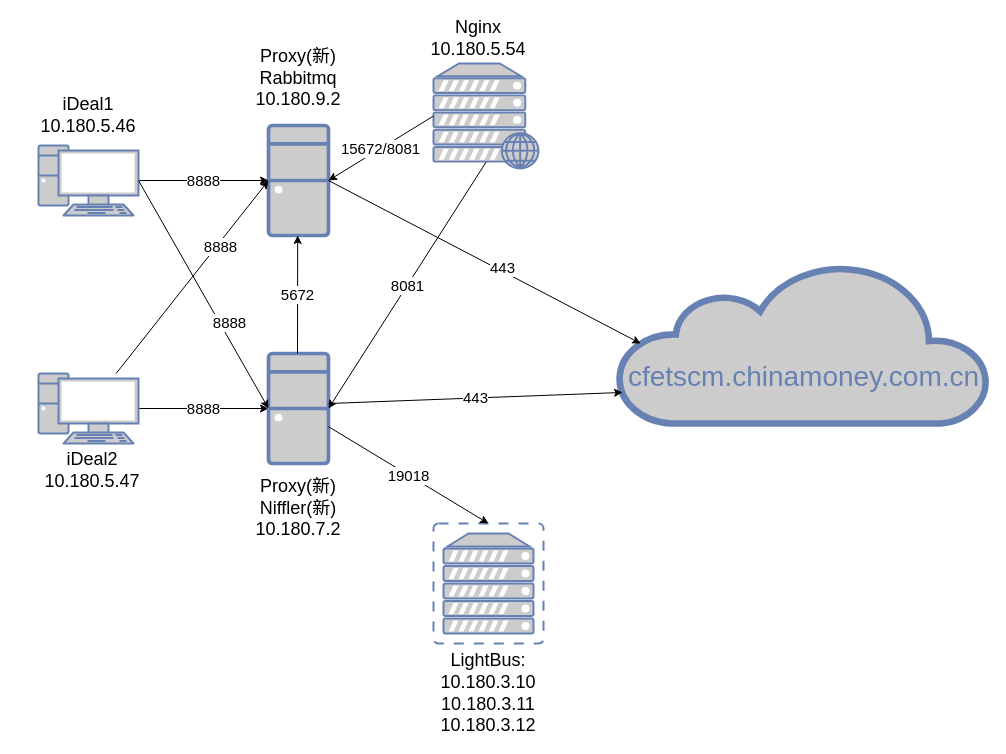
Above: cotopus.drawio in farrellcn/draw.io (draw.io), before the change. Source tidied: cells renumbered, new cells numbered last; positions are measured from the earlier drawing's top-left corner, leaving out a move shared by most shapes. Both pictures are drawn from the tidied source at 100%, with x=0, y=0 at pixel (38, 23).
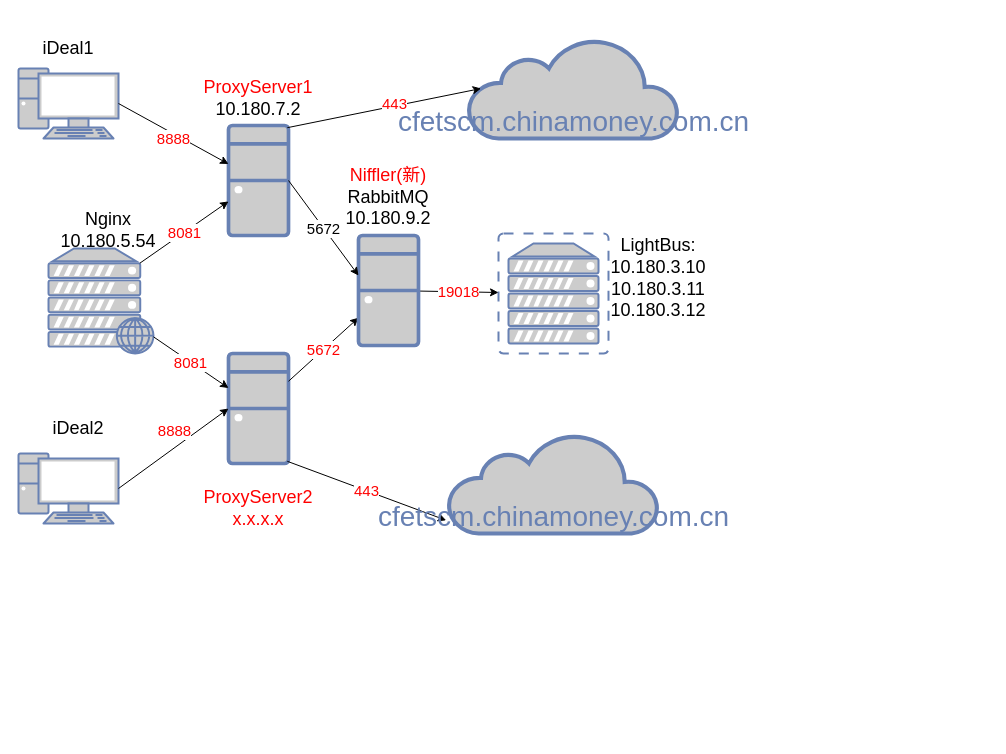
The same diagram, later.

The edit, as a diff of the source:
```diff
@@
     <mxCell id="2" value="&lt;br&gt;&lt;br&gt;cfetscm.chinamoney.com.cn" style="html=1;fillColor=#CCCCCC;strokeColor=#6881B3;gradientColor=none;gradientDirection=north;strokeWidth=2;shape=mxgraph.networks.cloud;fontColor=#6881B3;rounded=0;shadow=0;comic=0;align=center;fontSize=28;" parent="1" vertex="1">
-      <mxGeometry x="580" y="240" width="370" height="160" as="geometry" />
+      <mxGeometry x="430" y="15" width="210" height="100" as="geometry" />
     </mxCell>
     <mxCell id="3" style="fontColor=#0066CC;verticalAlign=top;verticalLabelPosition=bottom;labelPosition=center;align=center;html=1;outlineConnect=0;fillColor=#CCCCCC;strokeColor=#6881B3;gradientColor=none;gradientDirection=north;strokeWidth=2;shape=mxgraph.networks.desktop_pc;" parent="1" vertex="1">
-      <mxGeometry x="230" y="102" width="60" height="110" as="geometry" />
+      <mxGeometry x="190" y="102" width="60" height="110" as="geometry" />
     </mxCell>
-    <mxCell id="4" value="&lt;font style=&quot;font-size: 15px;&quot;&gt;8888&lt;/font&gt;" style="edgeStyle=orthogonalEdgeStyle;rounded=0;jettySize=auto;html=1;entryX=0;entryY=0.5;entryDx=0;entryDy=0;entryPerimeter=0;" parent="1" edge="1" source="5" target="3">
-      <mxGeometry relative="1" as="geometry" />
-    </mxCell>
     <mxCell id="5" style="fontColor=#0066CC;verticalAlign=top;verticalLabelPosition=bottom;labelPosition=center;align=center;html=1;outlineConnect=0;fillColor=#CCCCCC;strokeColor=#6881B3;gradientColor=none;gradientDirection=north;strokeWidth=2;shape=mxgraph.networks.pc;" parent="1" vertex="1">
-      <mxGeometry y="122" width="100" height="70" as="geometry" />
+      <mxGeometry x="-20" y="45" width="100" height="70" as="geometry" />
     </mxCell>
-    <mxCell id="6" value="&lt;font style=&quot;font-size: 15px;&quot;&gt;8888&lt;/font&gt;" style="edgeStyle=orthogonalEdgeStyle;rounded=0;jettySize=auto;html=1;exitX=1;exitY=0.5;exitDx=0;exitDy=0;exitPerimeter=0;" parent="1" edge="1" source="7" target="9">
-      <mxGeometry relative="1" as="geometry" />
-    </mxCell>
     <mxCell id="7" style="fontColor=#0066CC;verticalAlign=top;verticalLabelPosition=bottom;labelPosition=center;align=center;html=1;outlineConnect=0;fillColor=#CCCCCC;strokeColor=#6881B3;gradientColor=none;gradientDirection=north;strokeWidth=2;shape=mxgraph.networks.pc;" parent="1" vertex="1">
-      <mxGeometry y="350" width="100" height="70" as="geometry" />
+      <mxGeometry x="-20" y="430" width="100" height="70" as="geometry" />
     </mxCell>
     <mxCell id="8" style="fontColor=#0066CC;verticalAlign=top;verticalLabelPosition=bottom;labelPosition=center;align=center;html=1;outlineConnect=0;fillColor=#CCCCCC;strokeColor=#6881B3;gradientColor=none;gradientDirection=north;strokeWidth=2;shape=mxgraph.networks.virtual_server;" parent="1" vertex="1">
-      <mxGeometry x="395" y="500" width="110" height="120" as="geometry" />
+      <mxGeometry x="460" y="210" width="110" height="120" as="geometry" />
     </mxCell>
     <mxCell id="9" style="fontColor=#0066CC;verticalAlign=top;verticalLabelPosition=bottom;labelPosition=center;align=center;html=1;outlineConnect=0;fillColor=#CCCCCC;strokeColor=#6881B3;gradientColor=none;gradientDirection=north;strokeWidth=2;shape=mxgraph.networks.desktop_pc;" parent="1" vertex="1">
-      <mxGeometry x="230" y="330" width="60" height="110" as="geometry" />
+      <mxGeometry x="190" y="330" width="60" height="110" as="geometry" />
     </mxCell>
-    <mxCell id="10" value="&lt;font style=&quot;font-size: 18px;&quot;&gt;iDeal1&lt;br&gt;10.180.5.46&lt;br&gt;&lt;/font&gt;" style="text;strokeColor=none;align=center;fillColor=none;html=1;verticalAlign=middle;whiteSpace=wrap;rounded=0;" parent="1" vertex="1">
-      <mxGeometry x="20" y="77" width="60" height="30" as="geometry" />
+    <mxCell id="10" value="&lt;font style=&quot;font-size: 18px;&quot;&gt;iDeal1&lt;br&gt;&lt;/font&gt;" style="text;strokeColor=none;align=center;fillColor=none;html=1;verticalAlign=middle;whiteSpace=wrap;rounded=0;" parent="1" vertex="1">
+      <mxGeometry y="10" width="60" height="30" as="geometry" />
     </mxCell>
-    <mxCell id="11" value="&lt;font style=&quot;font-size: 18px;&quot;&gt;iDeal2&lt;br&gt;10.180.5.47&lt;br&gt;&lt;/font&gt;" style="text;strokeColor=none;align=center;fillColor=none;html=1;verticalAlign=middle;whiteSpace=wrap;rounded=0;" parent="1" vertex="1">
-      <mxGeometry x="24" y="432" width="60" height="30" as="geometry" />
+    <mxCell id="11" value="&lt;font style=&quot;font-size: 18px;&quot;&gt;iDeal2&lt;br&gt;&lt;/font&gt;" style="text;strokeColor=none;align=center;fillColor=none;html=1;verticalAlign=middle;whiteSpace=wrap;rounded=0;" parent="1" vertex="1">
+      <mxGeometry x="10" y="390" width="60" height="30" as="geometry" />
     </mxCell>
-    <mxCell id="12" style="endArrow=classic;html=1;rounded=0;entryX=0;entryY=0.5;entryDx=0;entryDy=0;entryPerimeter=0;" parent="1" edge="1" target="9">
-      <mxGeometry relative="1" as="geometry">
-        <mxPoint x="100" y="157" as="sourcePoint" />
-      </mxGeometry>
-    </mxCell>
-    <mxCell id="13" value="&lt;font style=&quot;font-size: 15px;&quot;&gt;8888&lt;/font&gt;" style="edgeLabel;html=1;align=center;verticalAlign=middle;" parent="12" vertex="1">
-      <mxGeometry x="0.2" y="4" relative="1" as="geometry">
-        <mxPoint x="9" y="7" as="offset" />
-      </mxGeometry>
-    </mxCell>
-    <mxCell id="14" value="8888" style="endArrow=classic;html=1;rounded=0;entryX=0;entryY=0.5;entryDx=0;entryDy=0;entryPerimeter=0;fontSize=15;" parent="1" edge="1" source="7" target="3">
-      <mxGeometry x="0.34" y="-3" relative="1" as="geometry">
-        <mxPoint y="1" as="offset" />
-      </mxGeometry>
-    </mxCell>
-    <mxCell id="15" value="&lt;font style=&quot;font-size: 18px;&quot;&gt;Proxy(新)&lt;br&gt;Rabbitmq&lt;br&gt;10.180.9.2&lt;/font&gt;" style="text;strokeColor=none;align=center;fillColor=none;html=1;verticalAlign=middle;whiteSpace=wrap;rounded=0;" parent="1" vertex="1">
-      <mxGeometry x="230" y="40" width="60" height="30" as="geometry" />
-    </mxCell>
-    <mxCell id="16" value="&lt;font style=&quot;font-size: 18px;&quot;&gt;Proxy(新)&lt;br&gt;Niffler(新)&lt;br&gt;10.180.7.2&lt;/font&gt;" style="text;strokeColor=none;align=center;fillColor=none;html=1;verticalAlign=middle;whiteSpace=wrap;rounded=0;" parent="1" vertex="1">
-      <mxGeometry x="230" y="470" width="60" height="30" as="geometry" />
+    <mxCell id="16" value="&lt;font style=&quot;font-size: 18px;&quot;&gt;ProxyServer2&lt;br&gt;x.x.x.x&lt;br&gt;&lt;/font&gt;" style="text;strokeColor=none;align=center;fillColor=none;html=1;verticalAlign=middle;whiteSpace=wrap;rounded=0;fontColor=#FF0000;labelBackgroundColor=default;" parent="1" vertex="1">
+      <mxGeometry x="190" y="470" width="60" height="30" as="geometry" />
     </mxCell>
-    <mxCell id="17" value="&lt;font style=&quot;font-size: 15px;&quot;&gt;443&lt;/font&gt;" style="endArrow=classic;html=1;rounded=0;exitX=1;exitY=0.5;exitDx=0;exitDy=0;exitPerimeter=0;entryX=0.06;entryY=0.5;entryDx=0;entryDy=0;entryPerimeter=0;fontSize=15;" parent="1" edge="1" source="3" target="2">
+    <mxCell id="17" value="&lt;font style=&quot;font-size: 15px;&quot;&gt;443&lt;/font&gt;" style="endArrow=classic;html=1;rounded=0;exitX=0.98;exitY=0.02;exitDx=0;exitDy=0;exitPerimeter=0;entryX=0.06;entryY=0.5;entryDx=0;entryDy=0;entryPerimeter=0;fontSize=15;fontColor=#FF0000;" parent="1" edge="1" source="3" target="2">
       <mxGeometry x="0.1" y="3" relative="1" as="geometry">
         <mxPoint x="1" as="offset" />
       </mxGeometry>
     </mxCell>
-    <mxCell id="18" value="443" style="endArrow=classic;html=1;rounded=0;entryX=0.011;entryY=0.806;entryDx=0;entryDy=0;entryPerimeter=0;fontSize=15;" parent="1" edge="1" target="2">
-      <mxGeometry relative="1" as="geometry">
-        <mxPoint x="290" y="380" as="sourcePoint" />
-      </mxGeometry>
+    <mxCell id="18" value="443" style="endArrow=classic;html=1;rounded=0;entryX=-0.011;entryY=0.868;entryDx=0;entryDy=0;entryPerimeter=0;fontSize=15;exitX=0.98;exitY=0.98;exitDx=0;exitDy=0;exitPerimeter=0;fontColor=#FF0000;" parent="1" edge="1" source="9" target="30">
+      <mxGeometry relative="1" as="geometry" />
     </mxCell>
     <mxCell id="19" style="fontColor=#0066CC;verticalAlign=top;verticalLabelPosition=bottom;labelPosition=center;align=center;html=1;outlineConnect=0;fillColor=#CCCCCC;strokeColor=#6881B3;gradientColor=none;gradientDirection=north;strokeWidth=2;shape=mxgraph.networks.web_server;" parent="1" vertex="1">
-      <mxGeometry x="395" y="40" width="105" height="105" as="geometry" />
+      <mxGeometry x="10" y="225" width="105" height="105" as="geometry" />
     </mxCell>
     <mxCell id="20" value="&lt;font style=&quot;font-size: 18px;&quot;&gt;LightBus:&lt;br&gt;10.180.3.10&lt;br&gt;10.180.3.11&lt;br&gt;10.180.3.12&lt;br&gt;&lt;/font&gt;" style="text;strokeColor=none;align=center;fillColor=none;html=1;verticalAlign=middle;whiteSpace=wrap;rounded=0;" parent="1" vertex="1">
-      <mxGeometry x="420" y="655" width="60" height="30" as="geometry" />
+      <mxGeometry x="590" y="240" width="60" height="30" as="geometry" />
     </mxCell>
-    <mxCell id="21" value="&lt;font style=&quot;font-size: 15px;&quot;&gt;15672/8081&lt;/font&gt;" style="endArrow=classic;html=1;rounded=0;entryX=1;entryY=0.5;entryDx=0;entryDy=0;entryPerimeter=0;exitX=0;exitY=0.5;exitDx=0;exitDy=0;exitPerimeter=0;" parent="1" edge="1" source="19" target="3">
+    <mxCell id="21" value="&lt;font style=&quot;font-size: 15px;&quot;&gt;8081&lt;/font&gt;" style="endArrow=classic;html=1;rounded=0;exitX=0.87;exitY=0.14;exitDx=0;exitDy=0;exitPerimeter=0;fontColor=#FF0000;" parent="1" edge="1" source="19" target="3">
       <mxGeometry relative="1" as="geometry" />
     </mxCell>
     <mxCell id="22" value="&lt;font style=&quot;font-size: 18px;&quot;&gt;Nginx&lt;br&gt;10.180.5.54&lt;br&gt;&lt;/font&gt;" style="text;strokeColor=none;align=center;fillColor=none;html=1;verticalAlign=middle;whiteSpace=wrap;rounded=0;" parent="1" vertex="1">
-      <mxGeometry x="410" width="60" height="30" as="geometry" />
+      <mxGeometry x="40" y="192" width="60" height="30" as="geometry" />
     </mxCell>
-    <mxCell id="23" value="&lt;font style=&quot;font-size: 15px;&quot;&gt;8081&lt;/font&gt;" style="endArrow=classic;html=1;rounded=0;entryX=1;entryY=0.5;entryDx=0;entryDy=0;entryPerimeter=0;exitX=0.5;exitY=0.94;exitDx=0;exitDy=0;exitPerimeter=0;" parent="1" edge="1" source="19" target="9">
-      <mxGeometry relative="1" as="geometry" />
-    </mxCell>
-    <mxCell id="24" value="19018" style="endArrow=classic;html=1;rounded=0;entryX=0.5;entryY=0;entryDx=0;entryDy=0;entryPerimeter=0;fontSize=15;" parent="1" edge="1" source="9" target="8">
+    <mxCell id="24" value="19018" style="endArrow=classic;html=1;rounded=0;fontSize=15;fontColor=#FF0000;" parent="1" edge="1" source="26" target="8">
       <mxGeometry relative="1" as="geometry" />
     </mxCell>
-    <mxCell id="25" value="&lt;font style=&quot;font-size: 15px;&quot;&gt;5672&lt;/font&gt;" style="endArrow=classic;html=1;rounded=0;entryX=0.02;entryY=0.98;entryDx=0;entryDy=0;entryPerimeter=0;" parent="1" edge="1">
-      <mxGeometry relative="1" as="geometry">
-        <mxPoint x="259" y="330" as="sourcePoint" />
-        <mxPoint x="259.2" y="212" as="targetPoint" />
-      </mxGeometry>
+    <mxCell id="25" value="&lt;font style=&quot;font-size: 15px;&quot;&gt;5672&lt;/font&gt;" style="endArrow=classic;html=1;rounded=0;fontColor=#FF0000;" parent="1" edge="1" source="9" target="26">
+      <mxGeometry relative="1" as="geometry" />
     </mxCell>
+    <mxCell id="26" style="fontColor=#0066CC;verticalAlign=top;verticalLabelPosition=bottom;labelPosition=center;align=center;html=1;outlineConnect=0;fillColor=#CCCCCC;strokeColor=#6881B3;gradientColor=none;gradientDirection=north;strokeWidth=2;shape=mxgraph.networks.desktop_pc;" parent="1" vertex="1">
+      <mxGeometry x="320" y="212" width="60" height="110" as="geometry" />
+    </mxCell>
+    <mxCell id="27" value="&lt;font style=&quot;font-size: 15px;&quot;&gt;5672&lt;/font&gt;" style="endArrow=classic;html=1;rounded=0;exitX=1;exitY=0.5;exitDx=0;exitDy=0;exitPerimeter=0;entryX=0;entryY=0.364;entryDx=0;entryDy=0;entryPerimeter=0;" parent="1" edge="1" source="3" target="26">
+      <mxGeometry relative="1" as="geometry" />
+    </mxCell>
+    <mxCell id="23" value="&lt;font style=&quot;font-size: 15px;&quot;&gt;8081&lt;/font&gt;" style="endArrow=classic;html=1;rounded=0;fontColor=#FF0000;" parent="1" edge="1" source="19" target="9">
+      <mxGeometry relative="1" as="geometry" />
+    </mxCell>
+    <mxCell id="4" style="endArrow=classic;html=1;rounded=0;exitX=1;exitY=0.5;exitDx=0;exitDy=0;exitPerimeter=0;" parent="1" edge="1" source="5" target="3">
+      <mxGeometry relative="1" as="geometry" />
+    </mxCell>
+    <mxCell id="28" value="&lt;font style=&quot;font-size: 15px;&quot;&gt;8888&lt;/font&gt;" style="edgeLabel;html=1;align=center;verticalAlign=middle;fontColor=#FF0000;" parent="4" vertex="1">
+      <mxGeometry x="0.33" y="-1" relative="1" as="geometry">
+        <mxPoint x="-18" y="-6" as="offset" />
+      </mxGeometry>
+    </mxCell>
+    <mxCell id="6" style="endArrow=classic;html=1;rounded=0;exitX=1;exitY=0.5;exitDx=0;exitDy=0;exitPerimeter=0;entryX=0;entryY=0.5;entryDx=0;entryDy=0;entryPerimeter=0;" parent="1" edge="1" source="7" target="9">
+      <mxGeometry relative="1" as="geometry" />
+    </mxCell>
+    <mxCell id="29" value="&lt;font style=&quot;font-size: 15px;&quot;&gt;8888&lt;/font&gt;" style="edgeLabel;html=1;align=center;verticalAlign=middle;fontColor=#FF0000;" parent="6" vertex="1">
+      <mxGeometry x="0.33" y="-1" relative="1" as="geometry">
+        <mxPoint x="-18" y="-6" as="offset" />
+      </mxGeometry>
+    </mxCell>
+    <mxCell id="30" value="&lt;br&gt;&lt;br&gt;cfetscm.chinamoney.com.cn" style="html=1;fillColor=#CCCCCC;strokeColor=#6881B3;gradientColor=none;gradientDirection=north;strokeWidth=2;shape=mxgraph.networks.cloud;fontColor=#6881B3;rounded=0;shadow=0;comic=0;align=center;fontSize=28;" parent="1" vertex="1">
+      <mxGeometry x="410" y="410" width="210" height="100" as="geometry" />
+    </mxCell>
+    <mxCell id="31" value="&lt;font style=&quot;font-size: 18px;&quot;&gt;&lt;font color=&quot;#ff0000&quot;&gt;Niffler(新)&lt;/font&gt;&lt;br&gt;RabbitMQ&lt;br&gt;10.180.9.2&lt;/font&gt;" style="text;strokeColor=none;align=center;fillColor=none;html=1;verticalAlign=middle;whiteSpace=wrap;rounded=0;" parent="1" vertex="1">
+      <mxGeometry x="320" y="159" width="60" height="30" as="geometry" />
+    </mxCell>
+    <mxCell id="32" value="&lt;font style=&quot;font-size: 18px;&quot;&gt;&lt;font color=&quot;#ff0000&quot;&gt;ProxyServer1&lt;/font&gt;&lt;br&gt;10.180.7.2&lt;/font&gt;" style="text;strokeColor=none;align=center;fillColor=none;html=1;verticalAlign=middle;whiteSpace=wrap;rounded=0;" parent="1" vertex="1">
+      <mxGeometry x="190" y="60" width="60" height="30" as="geometry" />
+    </mxCell>
```
